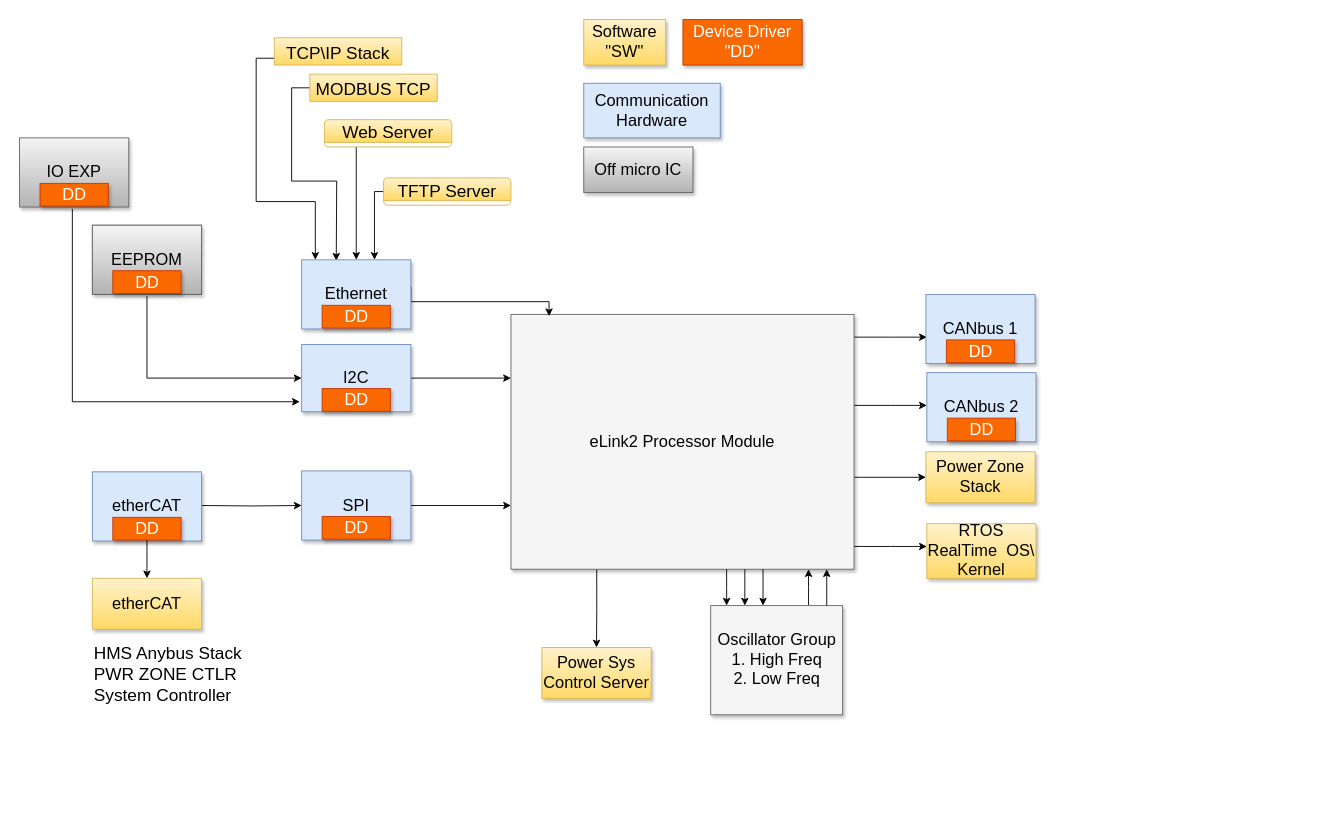
The draw.io diagram eLink2/anatomy_fw2.drawio in vkeiper/flowcharts, before the edit. Source tidied: cells renumbered, new cells numbered last; positions are measured from the earlier drawing's top-left corner, leaving out a move shared by most shapes. Both pictures are drawn from the tidied source at 91%, with x=0, y=0 at pixel (19, 19). Pictures stored in the file or linked from it are replaced by grey dashed boxes.
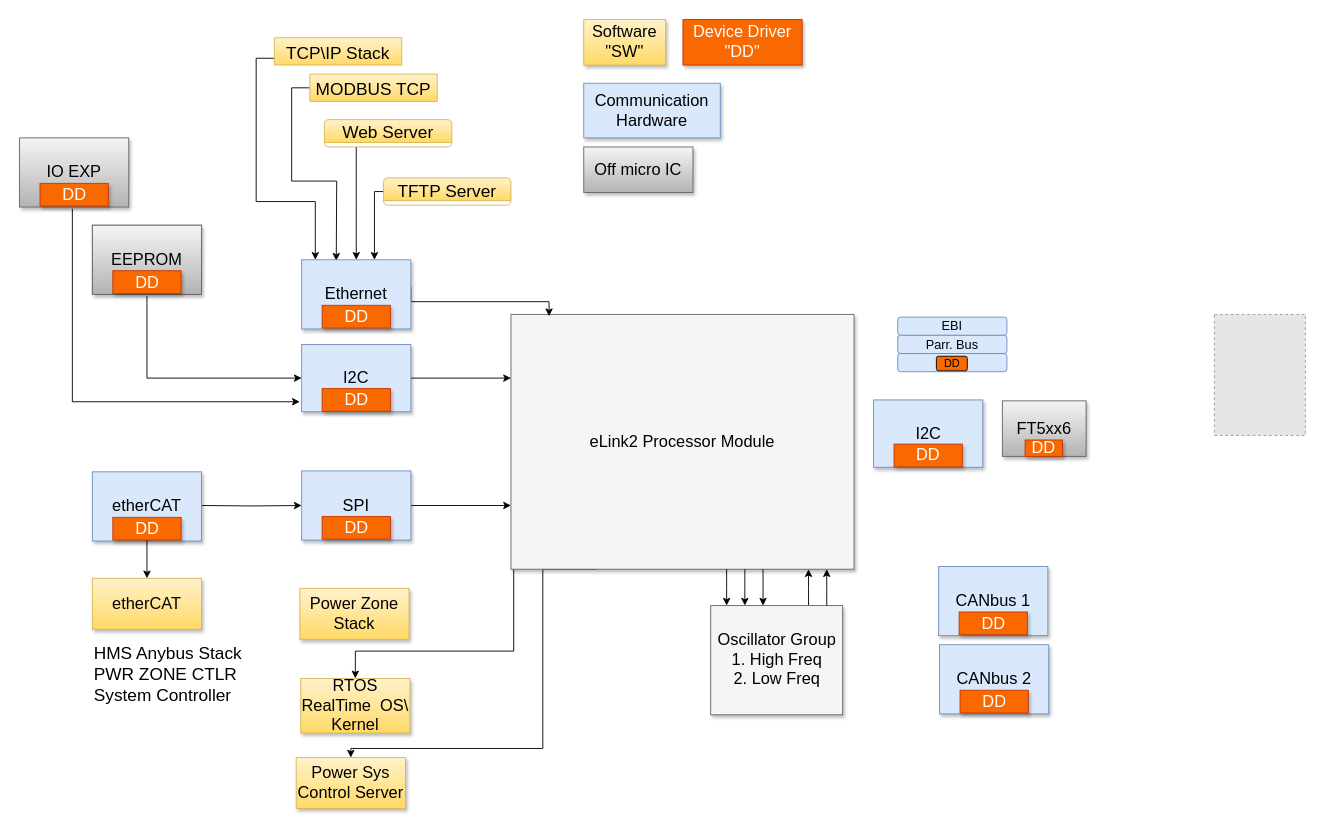
The same diagram, later.

The change refers to these unchanged cells:
```xml
<mxCell id="8" value="eLink2 Processor&amp;nbsp;Module&lt;br&gt;" style="whiteSpace=wrap;html=1;shadow=1;fontSize=18;fillColor=#f5f5f5;strokeColor=#666666;" parent="1" vertex="1">
  <mxGeometry x="540" y="324" width="377" height="280" as="geometry" />
</mxCell>
```

The edit, as a diff of the source:
```diff
@@
-    <mxCell id="2" style="edgeStyle=elbowEdgeStyle;rounded=0;html=1;startArrow=none;startFill=0;jettySize=auto;fontSize=18;elbow=vertical;" parent="1" edge="1" source="8">
-      <mxGeometry relative="1" as="geometry">
-        <mxPoint x="997" y="349" as="targetPoint" />
-      </mxGeometry>
-    </mxCell>
-    <mxCell id="3" style="edgeStyle=elbowEdgeStyle;rounded=0;html=1;startArrow=none;startFill=0;jettySize=auto;fontSize=18;elbow=vertical;" parent="1" edge="1" source="8">
-      <mxGeometry relative="1" as="geometry">
-        <mxPoint x="997" y="424" as="targetPoint" />
-      </mxGeometry>
-    </mxCell>
-    <mxCell id="4" style="edgeStyle=elbowEdgeStyle;rounded=0;html=1;startArrow=none;startFill=0;jettySize=auto;fontSize=18;elbow=vertical;" parent="1" edge="1" source="8" target="9">
-      <mxGeometry relative="1" as="geometry" />
-    </mxCell>
     <mxCell id="5" style="edgeStyle=elbowEdgeStyle;rounded=0;html=1;startArrow=none;startFill=0;jettySize=auto;fontSize=18;elbow=vertical;" parent="1" edge="1" source="8" target="10">
-      <mxGeometry relative="1" as="geometry" />
+      <mxGeometry relative="1" as="geometry">
+        <Array as="points">
+          <mxPoint x="543" y="694" />
+          <mxPoint x="457" y="705" />
+          <mxPoint x="464" y="705" />
+          <mxPoint x="549" y="677" />
+          <mxPoint x="441" y="691" />
+          <mxPoint x="512" y="691" />
+          <mxPoint x="559" y="655" />
+          <mxPoint x="500" y="688" />
+          <mxPoint x="560" y="627" />
+          <mxPoint x="513" y="693" />
+        </Array>
+      </mxGeometry>
     </mxCell>
@@
     <mxCell id="7" style="edgeStyle=orthogonalEdgeStyle;rounded=0;jettySize=auto;html=1;exitX=0.25;exitY=1;exitDx=0;exitDy=0;entryX=0.5;entryY=0;entryDx=0;entryDy=0;" parent="1" edge="1" source="8" target="53">
-      <mxGeometry relative="1" as="geometry" />
+      <mxGeometry relative="1" as="geometry">
+        <Array as="points">
+          <mxPoint x="575" y="604" />
+          <mxPoint x="575" y="801" />
+          <mxPoint x="364" y="801" />
+        </Array>
+      </mxGeometry>
     </mxCell>
@@
     <mxCell id="9" value="Power Zone Stack" style="whiteSpace=wrap;html=1;shadow=1;fontSize=18;fillColor=#fff2cc;strokeColor=#d6b656;gradientColor=#ffd966;" parent="1" vertex="1">
-      <mxGeometry x="996" y="475" width="120" height="56" as="geometry" />
+      <mxGeometry x="308" y="625" width="120" height="56" as="geometry" />
     </mxCell>
     <mxCell id="10" value="RTOS&lt;br&gt;RealTime&amp;nbsp; OS\ Kernel&lt;br&gt;" style="whiteSpace=wrap;html=1;shadow=1;fontSize=18;fillColor=#fff2cc;strokeColor=#d6b656;gradientColor=#ffd966;" parent="1" vertex="1">
-      <mxGeometry x="997" y="554" width="120" height="60" as="geometry" />
+      <mxGeometry x="309" y="724" width="120" height="60" as="geometry" />
     </mxCell>
@@
     <mxCell id="53" value="Power Sys Control Server" style="whiteSpace=wrap;html=1;shadow=1;fontSize=18;fillColor=#fff2cc;strokeColor=#d6b656;gradientColor=#ffd966;" parent="1" vertex="1">
-      <mxGeometry x="574" y="690" width="120" height="56" as="geometry" />
+      <mxGeometry x="304" y="811" width="120" height="56" as="geometry" />
     </mxCell>
@@
     <mxCell id="56" style="group;fillColor=#F5F5F5;" parent="1" vertex="1">
-      <mxGeometry x="996" y="302" width="120" height="76" as="geometry" />
+      <mxGeometry x="1010" y="601" width="120" height="76" as="geometry" />
     </mxCell>
@@
     <mxCell id="59" style="group;fillColor=#F5F5F5;" parent="1" vertex="1">
-      <mxGeometry x="997" y="388" width="120" height="76" as="geometry" />
+      <mxGeometry x="1011" y="687" width="120" height="76" as="geometry" />
     </mxCell>
@@
+    <mxCell id="62" style="group;" parent="1" vertex="1">
+      <mxGeometry x="965" y="327" width="120" height="60" as="geometry" />
+    </mxCell>
+    <mxCell id="63" value="&lt;font style=&quot;font-size: 14px&quot;&gt;EBI&lt;/font&gt;" style="rounded=1;whiteSpace=wrap;html=1;shadow=0;fillColor=#dae8fc;strokeColor=#6c8ebf;" parent="62" vertex="1">
+      <mxGeometry width="120" height="20" as="geometry" />
+    </mxCell>
+    <mxCell id="64" value="&lt;font style=&quot;font-size: 14px&quot;&gt;Parr. Bus&lt;/font&gt;" style="rounded=1;whiteSpace=wrap;html=1;shadow=0;fillColor=#dae8fc;strokeColor=#6c8ebf;" parent="62" vertex="1">
+      <mxGeometry y="20" width="120" height="20" as="geometry" />
+    </mxCell>
+    <mxCell id="65" style="rounded=1;whiteSpace=wrap;html=1;shadow=0;fillColor=#dae8fc;strokeColor=#6c8ebf;" parent="62" vertex="1">
+      <mxGeometry y="40" width="120" height="20" as="geometry" />
+    </mxCell>
+    <mxCell id="66" value="DD" style="rounded=1;whiteSpace=wrap;html=1;shadow=0;strokeColor=#000000;fillColor=#FA6800;" parent="62" vertex="1">
+      <mxGeometry x="42.5" y="43" width="34" height="16" as="geometry" />
+    </mxCell>
+    <mxCell id="67" style="fillColor=#E6E6E6;strokeColor=#999999;dashed=1;verticalLabelPosition=bottom;verticalAlign=top;" parent="1" vertex="1">
+      <mxGeometry x="1313" y="324" width="100" height="133" as="geometry" />
+    </mxCell>
+    <mxCell id="68" style="group;" parent="1" vertex="1">
+      <mxGeometry x="1080" y="426" width="120" height="54" as="geometry" />
+    </mxCell>
+    <mxCell id="69" style="group;" parent="68" vertex="1">
+      <mxGeometry width="120" height="54" as="geometry" />
+    </mxCell>
+    <mxCell id="70" value="FT5xx6" style="whiteSpace=wrap;html=1;shadow=1;fontSize=18;fillColor=#f5f5f5;strokeColor=#666666;gradientColor=#b3b3b3;" parent="69" vertex="1">
+      <mxGeometry y="-7" width="92" height="61" as="geometry" />
+    </mxCell>
+    <mxCell id="71" value="DD&lt;br&gt;" style="whiteSpace=wrap;html=1;shadow=1;fontSize=18;fillColor=#fa6800;strokeColor=#C73500;fontColor=#ffffff;" parent="69" vertex="1">
+      <mxGeometry x="25" y="36" width="41" height="18" as="geometry" />
+    </mxCell>
+    <mxCell id="72" value="I2C" style="whiteSpace=wrap;html=1;shadow=1;fontSize=18;fillColor=#dae8fc;strokeColor=#6c8ebf;" parent="1" vertex="1">
+      <mxGeometry x="938.5" y="418" width="120" height="74" as="geometry" />
+    </mxCell>
+    <mxCell id="73" value="DD&lt;br&gt;" style="whiteSpace=wrap;html=1;shadow=1;fontSize=18;fillColor=#fa6800;strokeColor=#C73500;fontColor=#ffffff;" parent="1" vertex="1">
+      <mxGeometry x="961" y="466.5" width="75" height="25" as="geometry" />
+    </mxCell>
```
